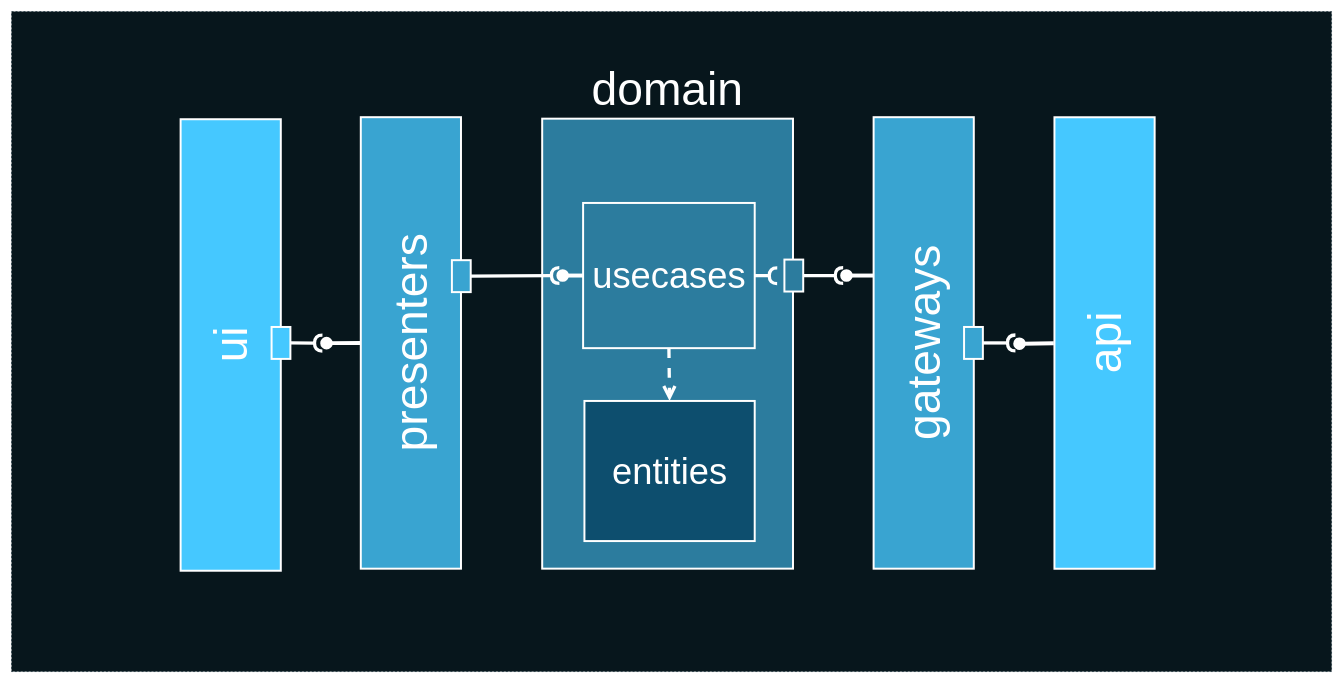
Above: deck/ru/diagrams/caLayerModulesBase1.drawio in AlexanderLapygin/ca-react-rest-api-starter (draw.io), before the change. Source tidied: cells renumbered, new cells numbered last; positions are measured from the earlier drawing's top-left corner, leaving out a move shared by most shapes. Both pictures are drawn from the tidied source at 66%, with x=0, y=0 at pixel (5, 11).
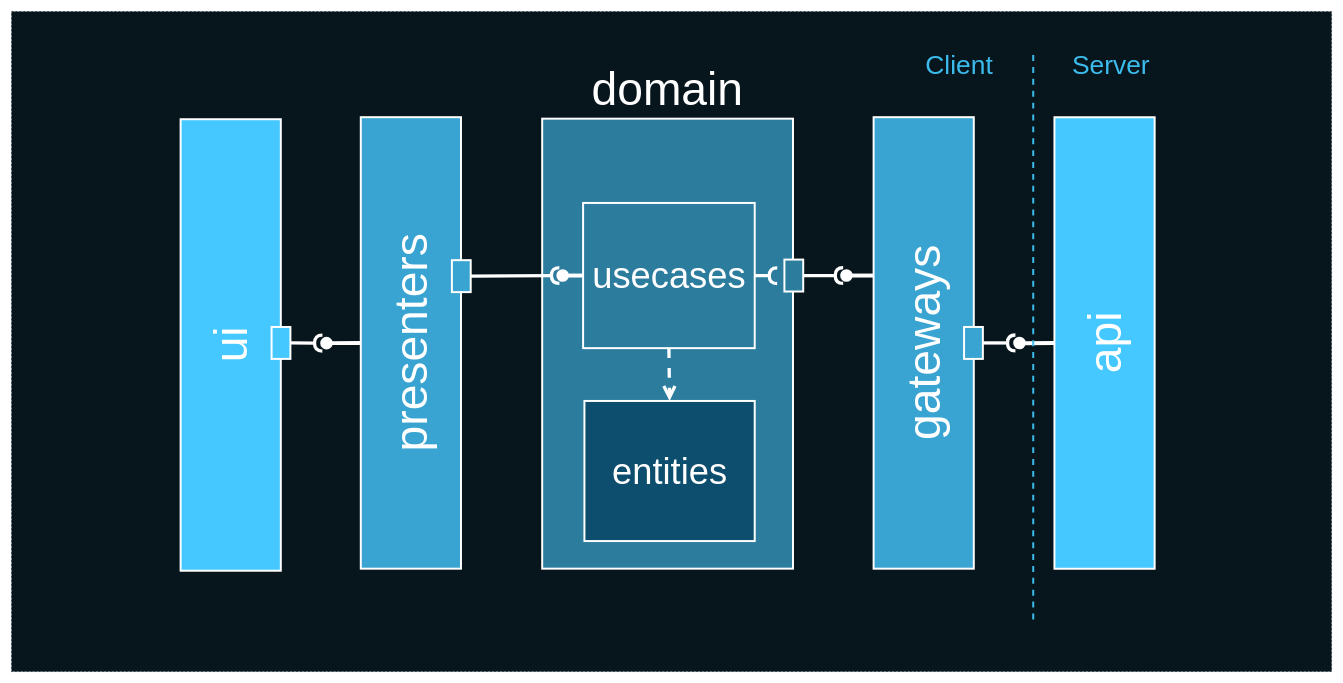
The same page after the edit.

Unchanged cells that the change refers to:
```xml
<mxCell id="6" value="&lt;font style=&quot;font-size: 70px;&quot;&gt;api&lt;/font&gt;" style="html=1;strokeColor=#FFFFFF;strokeWidth=3;fillColor=#45C8FF;fontSize=70;fontColor=#FFFFFF;labelPosition=center;verticalLabelPosition=middle;align=center;verticalAlign=middle;rotation=-90;fontFamily=Helvetica;" parent="1" vertex="1">
  <mxGeometry x="1324" y="426.3" width="684.1" height="151.8" as="geometry" />
</mxCell>
```

Diff of the diagram source:
```diff
@@
-    <mxCell id="4" style="rounded=0;jettySize=auto;html=1;endArrow=none;endFill=0;fontSize=40;fontColor=#FFFFFF;strokeColor=#FFFFFF;strokeWidth=6;exitX=0.75;exitY=0;exitDx=0;exitDy=0;" parent="1" edge="1" target="5">
-      <mxGeometry relative="1" as="geometry">
-        <mxPoint x="1589.2" y="502.5" as="sourcePoint" />
-      </mxGeometry>
+    <mxCell id="4" style="rounded=0;jettySize=auto;html=1;endArrow=none;endFill=0;fontSize=40;fontColor=#FFFFFF;strokeColor=#FFFFFF;strokeWidth=6;exitX=0.5;exitY=0;exitDx=0;exitDy=0;" parent="1" edge="1" source="6" target="5">
+      <mxGeometry relative="1" as="geometry" />
     </mxCell>
     <mxCell id="5" style="ellipse;whiteSpace=wrap;html=1;fontFamily=Helvetica;fontSize=12;fontColor=#FFFFFF;align=center;strokeColor=#FFFFFF;fillColor=#ffffff;points=[];strokeWidth=9;" parent="1" vertex="1">
-      <mxGeometry x="1532.2" y="498.2" width="10" height="10" as="geometry" />
+      <mxGeometry x="1532.2" y="497.2" width="10" height="10" as="geometry" />
     </mxCell>
@@
+    <mxCell id="32" style="endArrow=none;dashed=1;html=1;labelBackgroundColor=none;strokeColor=#3CBBED;strokeWidth=3;fontFamily=Helvetica;fontSize=43;fontColor=#FFFFFF;exitX=0.774;exitY=0.93;exitDx=0;exitDy=0;exitPerimeter=0;entryX=0.77;entryY=0.09;entryDx=0;entryDy=0;entryPerimeter=0;" parent="1" edge="1">
+      <mxGeometry relative="1" as="geometry">
+        <mxPoint x="1558" y="921" as="sourcePoint" />
+        <mxPoint x="1558" y="61" as="targetPoint" />
+      </mxGeometry>
+    </mxCell>
+    <mxCell id="33" value="Client" style="text;html=1;strokeColor=none;fillColor=none;align=center;verticalAlign=middle;whiteSpace=wrap;rounded=0;fontColor=#3CBBED;fontSize=40;" parent="1" vertex="1">
+      <mxGeometry x="1340" y="50" width="212" height="60" as="geometry" />
+    </mxCell>
+    <mxCell id="34" value="Server" style="text;html=1;strokeColor=none;fillColor=none;align=center;verticalAlign=middle;whiteSpace=wrap;rounded=0;fontColor=#3CBBED;fontSize=40;" parent="1" vertex="1">
+      <mxGeometry x="1570" y="50" width="212" height="60" as="geometry" />
+    </mxCell>
```
